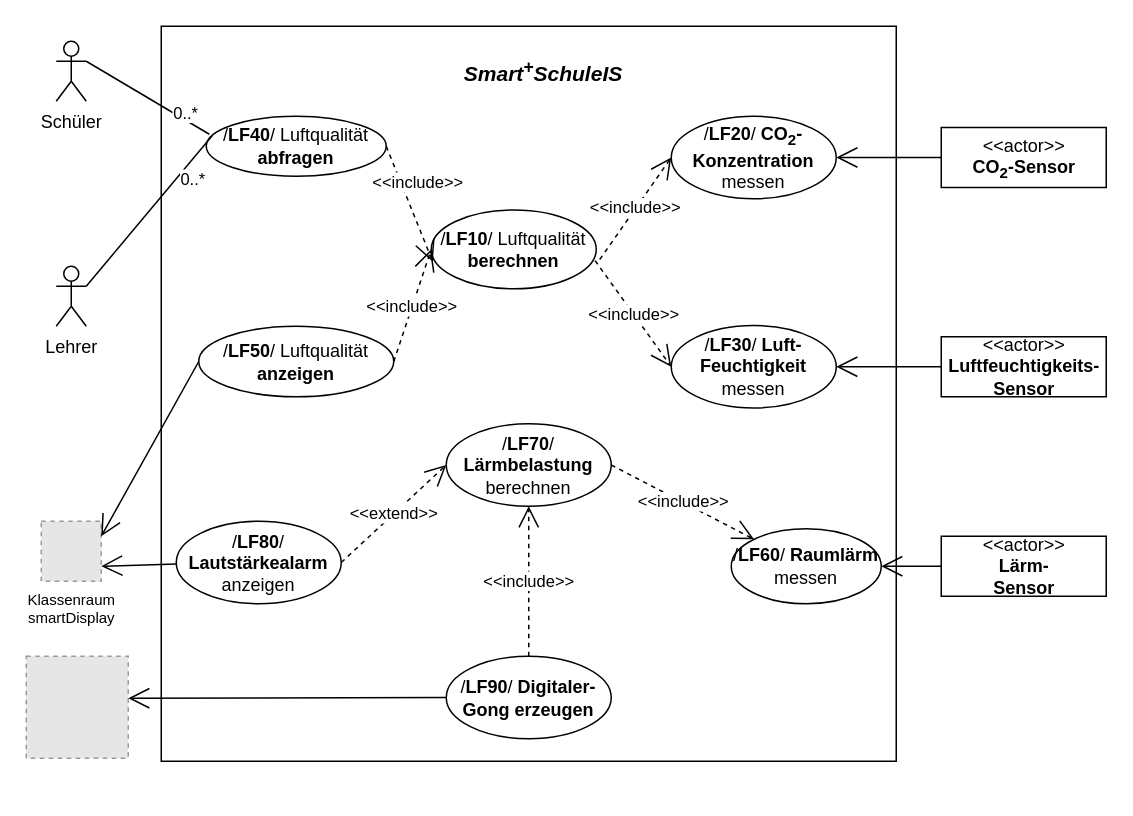
This is SchulEtage_Anwendungsfaelle.drawio from etaCarinaeLovelace/syp, a draw.io file, before an edit. Source tidied: cells renumbered, new cells numbered last; positions are measured from the earlier drawing's top-left corner, leaving out a move shared by most shapes. Both pictures are drawn from the tidied source at 150%, with x=0, y=0 at pixel (26, 26). Pictures stored in the file or linked from it are replaced by grey dashed boxes.
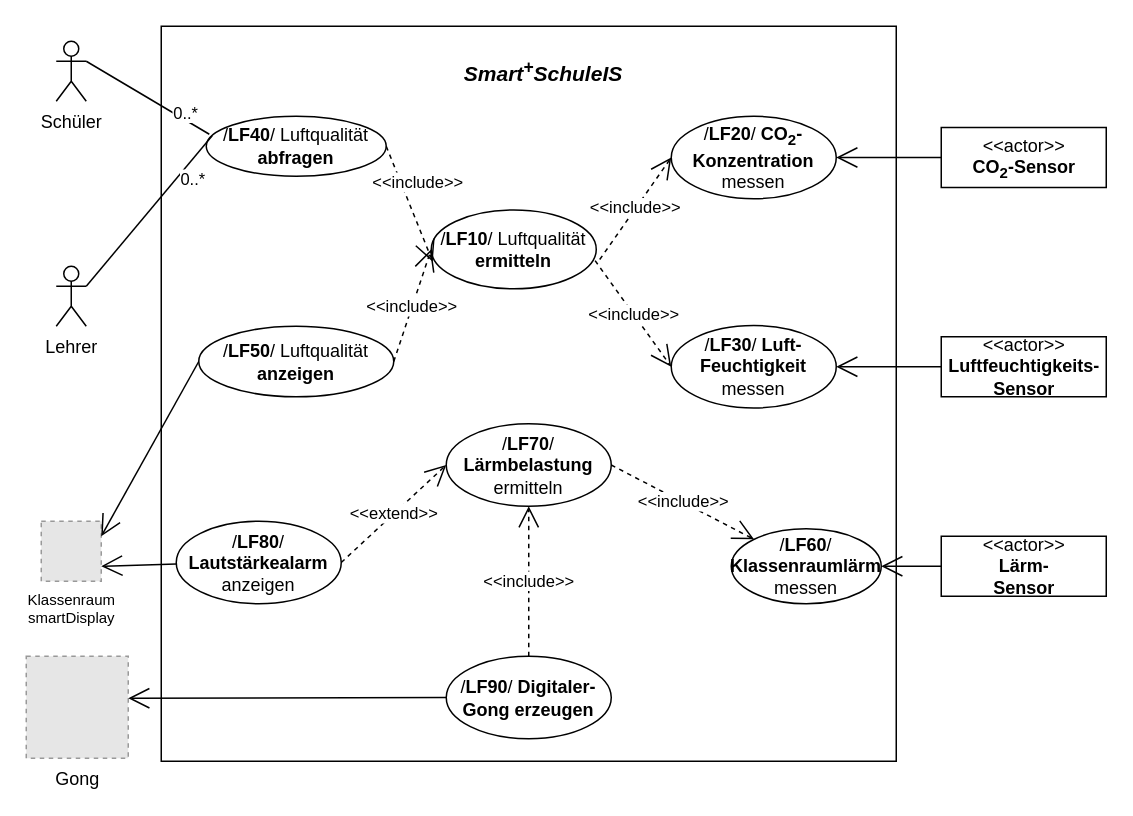
Above is the later version.

What changed in the source:
```diff
@@
-    <mxCell id="18" value="&lt;div&gt;/&lt;b&gt;LF10&lt;/b&gt;/ Luftqualität&lt;/div&gt;&lt;div&gt;&lt;b&gt;berechnen&lt;/b&gt;&lt;br&gt;&lt;/div&gt;" style="ellipse;whiteSpace=wrap;html=1;" parent="1" vertex="1">
+    <mxCell id="18" value="&lt;div&gt;/&lt;b&gt;LF10&lt;/b&gt;/ Luftqualität&lt;/div&gt;&lt;div&gt;&lt;b&gt;ermitteln&lt;/b&gt;&lt;br&gt;&lt;/div&gt;" style="ellipse;whiteSpace=wrap;html=1;" parent="1" vertex="1">
       <mxGeometry x="270" y="122.5" width="110" height="52.5" as="geometry" />
     </mxCell>
@@
-    <mxCell id="24" value="&lt;div&gt;/&lt;b&gt;LF60&lt;/b&gt;/ &lt;b&gt;Raumlärm&lt;/b&gt;&lt;/div&gt;&lt;div&gt;messen&lt;br&gt;&lt;/div&gt;" style="ellipse;whiteSpace=wrap;html=1;" parent="1" vertex="1">
+    <mxCell id="24" value="&lt;div&gt;/&lt;b&gt;LF60&lt;/b&gt;/ &lt;b&gt;Klassenraumlärm&lt;/b&gt;&lt;/div&gt;&lt;div&gt;messen&lt;br&gt;&lt;/div&gt;" style="ellipse;whiteSpace=wrap;html=1;" parent="1" vertex="1">
       <mxGeometry x="470" y="335" width="100" height="50" as="geometry" />
     </mxCell>
@@
-    <mxCell id="26" value="&lt;div&gt;/&lt;b&gt;LF70&lt;/b&gt;/ &lt;b&gt;Lärmbelastung&lt;/b&gt;&lt;/div&gt;&lt;div&gt;berechnen&lt;br&gt;&lt;/div&gt;" style="ellipse;whiteSpace=wrap;html=1;" parent="1" vertex="1">
+    <mxCell id="26" value="&lt;div&gt;/&lt;b&gt;LF70&lt;/b&gt;/ &lt;b&gt;Lärmbelastung&lt;/b&gt;&lt;/div&gt;&lt;div&gt;ermitteln&lt;br&gt;&lt;/div&gt;" style="ellipse;whiteSpace=wrap;html=1;" parent="1" vertex="1">
       <mxGeometry x="280" y="265" width="110" height="55" as="geometry" />
     </mxCell>
@@
-    <mxCell id="33" style="fillColor=#E6E6E6;strokeColor=#999999;dashed=1;html=1;verticalAlign=top;verticalLabelPosition=bottom;labelBackgroundColor=#ffffff;" parent="1" vertex="1">
+    <mxCell id="33" value="Gong" style="fillColor=#E6E6E6;strokeColor=#999999;dashed=1;html=1;verticalAlign=top;verticalLabelPosition=bottom;labelBackgroundColor=#ffffff;" parent="1" vertex="1">
       <mxGeometry y="420" width="68" height="68" as="geometry" />
     </mxCell>
```
